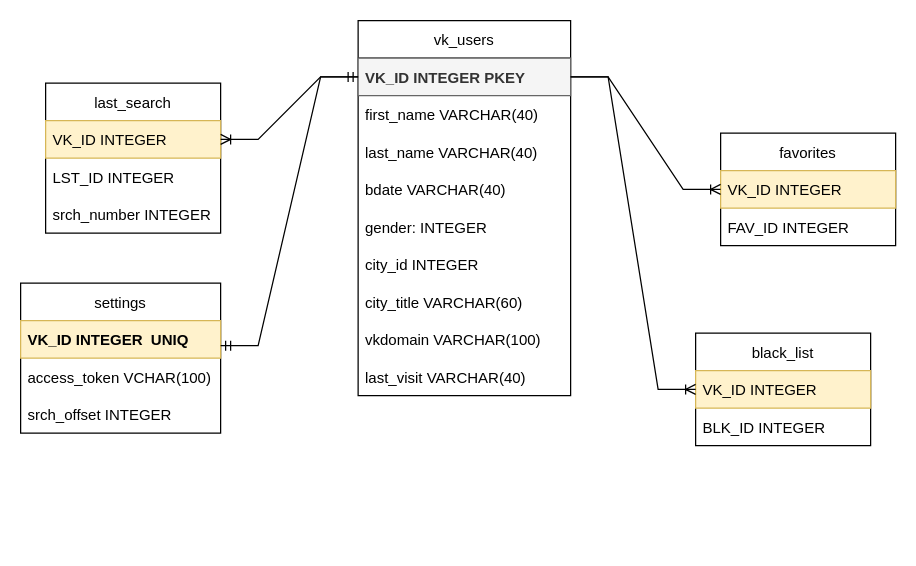
This is docs/DB_Vkinter.drawio from aos1974/VKinter, a draw.io file, before an edit. Source tidied: cells renumbered, new cells numbered last; positions are measured from the earlier drawing's top-left corner, leaving out a move shared by most shapes. Both pictures are drawn from the tidied source at 125%, with x=0, y=0 at pixel (20, 20).
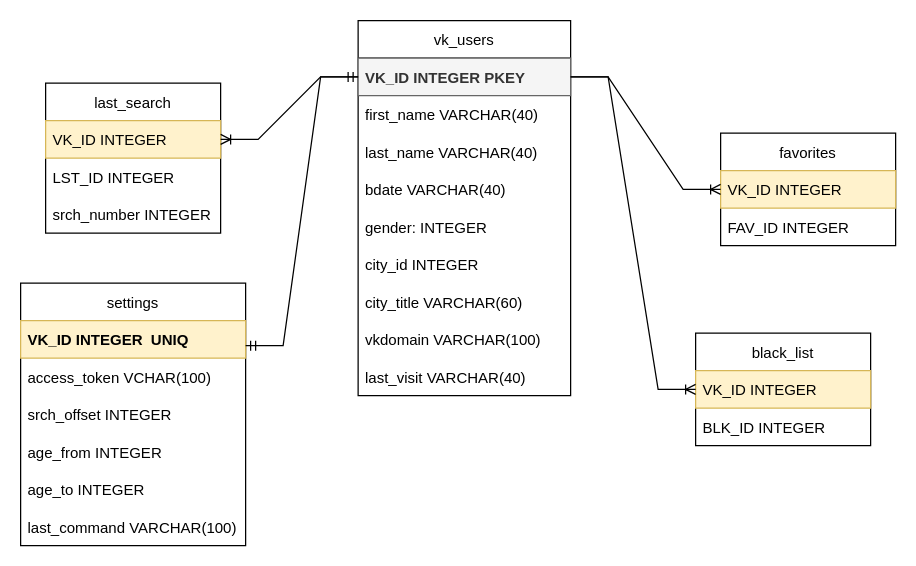
After the change.

Change to the diagram source:
```diff
@@
     <mxCell id="25" value="settings" style="swimlane;fontStyle=0;horizontal=1;startSize=30;" parent="1" vertex="1">
-      <mxGeometry y="210" width="160" height="120" as="geometry" />
+      <mxGeometry y="210" width="180" height="210" as="geometry" />
     </mxCell>
     <mxCell id="26" value="VK_ID INTEGER  UNIQ" style="text;strokeColor=#d6b656;fillColor=#fff2cc;align=left;verticalAlign=middle;spacingLeft=4;spacingRight=4;overflow=hidden;points=[[0,0.5],[1,0.5]];portConstraint=eastwest;fontStyle=1;" parent="25" vertex="1">
-      <mxGeometry y="30" width="160" height="30" as="geometry" />
+      <mxGeometry y="30" width="180" height="30" as="geometry" />
     </mxCell>
     <mxCell id="27" value="access_token VCHAR(100)" style="text;strokeColor=none;fillColor=none;align=left;verticalAlign=middle;spacingLeft=4;spacingRight=4;overflow=hidden;" parent="25" vertex="1">
-      <mxGeometry y="60" width="160" height="30" as="geometry" />
+      <mxGeometry y="60" width="180" height="30" as="geometry" />
     </mxCell>
     <mxCell id="28" value="srch_offset INTEGER" style="text;strokeColor=none;fillColor=none;align=left;verticalAlign=middle;spacingLeft=4;spacingRight=4;overflow=hidden;" parent="25" vertex="1">
-      <mxGeometry y="90" width="160" height="30" as="geometry" />
+      <mxGeometry y="90" width="180" height="30" as="geometry" />
     </mxCell>
+    <mxCell id="30" value="age_from INTEGER" style="text;strokeColor=none;fillColor=none;align=left;verticalAlign=middle;spacingLeft=4;spacingRight=4;overflow=hidden;" parent="25" vertex="1">
+      <mxGeometry y="120" width="180" height="30" as="geometry" />
+    </mxCell>
+    <mxCell id="31" value="age_to INTEGER" style="text;strokeColor=none;fillColor=none;align=left;verticalAlign=middle;spacingLeft=4;spacingRight=4;overflow=hidden;" parent="25" vertex="1">
+      <mxGeometry y="150" width="180" height="30" as="geometry" />
+    </mxCell>
+    <mxCell id="32" value="last_command VARCHAR(100)" style="text;strokeColor=none;fillColor=none;align=left;verticalAlign=middle;spacingLeft=4;spacingRight=4;overflow=hidden;" parent="25" vertex="1">
+      <mxGeometry y="180" width="180" height="30" as="geometry" />
+    </mxCell>
```
